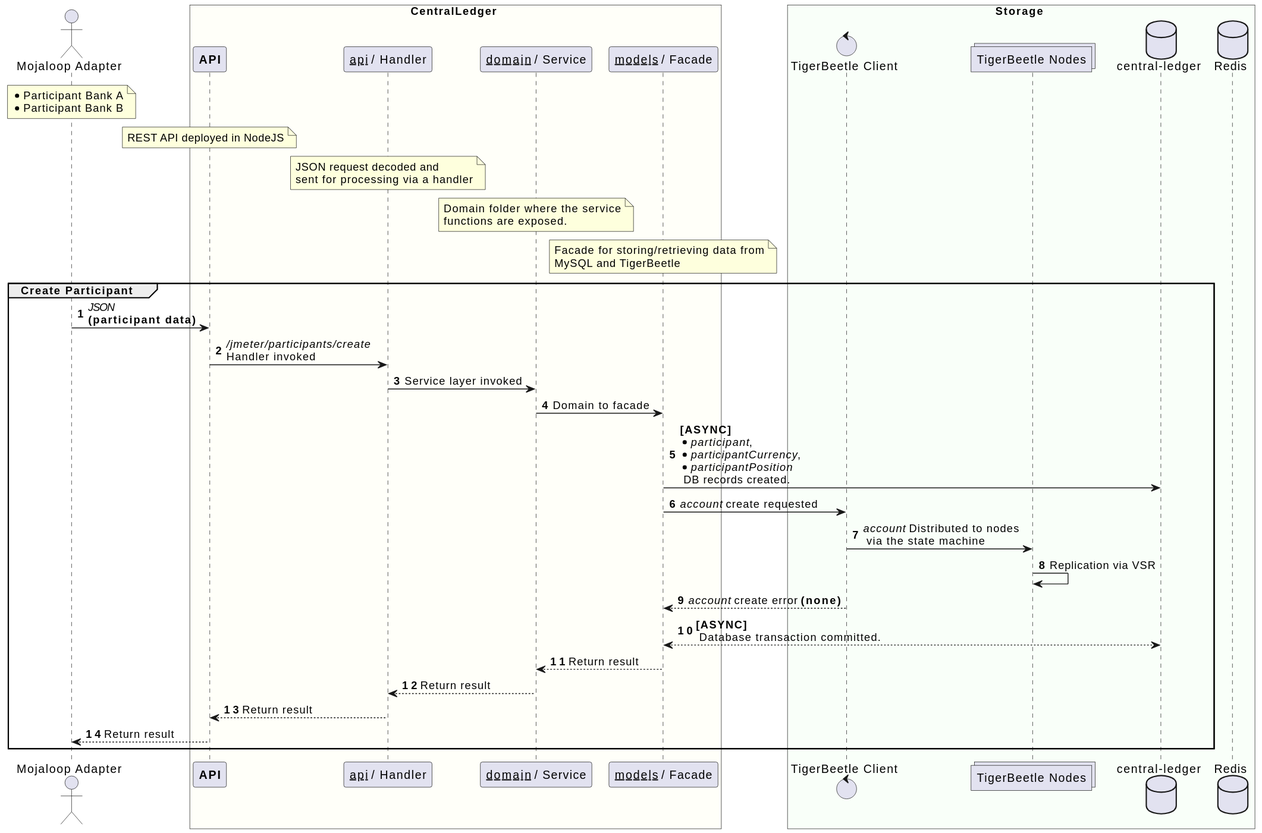
Above: solution_design/sequence-participant-tb-enabled-create.svg in coilhq/mucoa (PlantUML), before the change. The source it was exported from:
```plantuml
@startuml

actor "Mojaloop Adapter" as dfsp
note over dfsp
    * Participant Bank A
    * Participant Bank B
end note

box CentralLedger #FFFFF9
    participant "**API**" as cl_api
    participant "__api__ / Handler" as cl_handler
    participant "__domain__ / Service" as cl_domain
    participant "__models__ / Facade" as cl_facade

    note over cl_api
        REST API deployed in NodeJS
    end note

    note over cl_handler
        JSON request decoded and
        sent for processing via a handler
    end note

    note over cl_domain
        Domain folder where the service
        functions are exposed.
    end note

    note over cl_facade
        Facade for storing/retrieving data from
        MySQL and TigerBeetle
    end note
end box

box Storage #F9FFF9
	control "TigerBeetle Client" as tb_client
	collections "TigerBeetle Nodes" as tb_nodes
	database "central-ledger" as cl_db
	database "Redis" as redis_cache
end box

autonumber
group Create Participant
    dfsp -> cl_api : //JSON// \n**(participant data)**
    cl_api -> cl_handler : ///jmeter/participants/create// \nHandler invoked
    cl_handler -> cl_domain : Service layer invoked
    cl_domain -> cl_facade : Domain to facade
    cl_facade -> cl_db : **[ASYNC]**\n*//participant//, \n*//participantCurrency//, \n*//participantPosition// \n DB records created.
    cl_facade -> tb_client : //account// create requested
    tb_client -> tb_nodes : //account// Distributed to nodes\n via the state machine
    tb_nodes -> tb_nodes : Replication via VSR
    tb_client --> cl_facade : //account// create error **(none)**
    cl_db <--> cl_facade : **[ASYNC]**\n Database transaction committed.
    cl_facade --> cl_domain : Return result
    cl_domain --> cl_handler : Return result
    cl_handler --> cl_api : Return result
    cl_api --> dfsp : Return result
end

@enduml
```
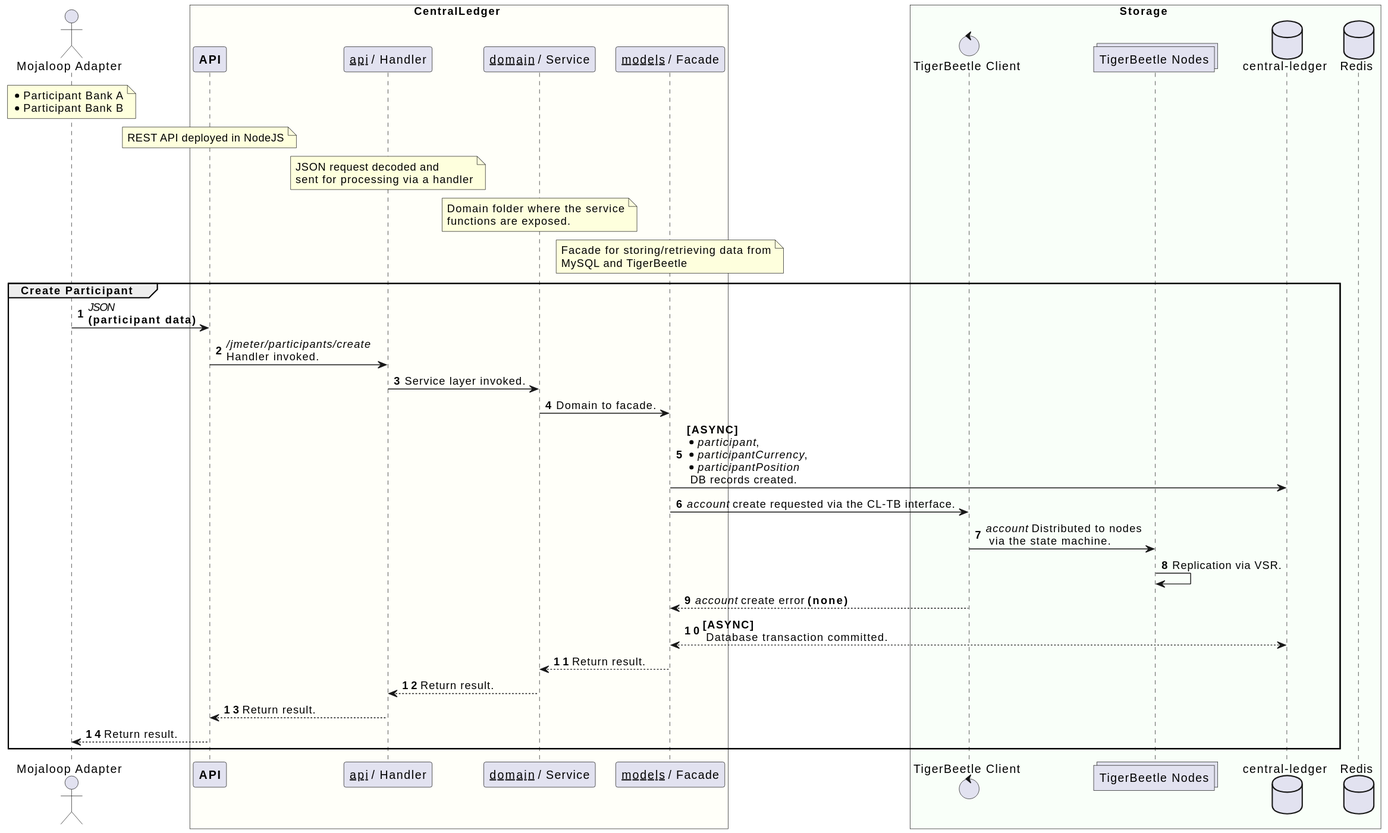
The same diagram one commit later.

Commit message:
Update diagrams for TB/CL interface.

Change to the diagram source:
```diff
@@ -42,19 +42,19 @@
 autonumber
 group Create Participant
     dfsp -> cl_api : //JSON// \n**(participant data)**
-    cl_api -> cl_handler : ///jmeter/participants/create// \nHandler invoked
-    cl_handler -> cl_domain : Service layer invoked
-    cl_domain -> cl_facade : Domain to facade
+    cl_api -> cl_handler : ///jmeter/participants/create// \nHandler invoked.
+    cl_handler -> cl_domain : Service layer invoked.
+    cl_domain -> cl_facade : Domain to facade.
     cl_facade -> cl_db : **[ASYNC]**\n*//participant//, \n*//participantCurrency//, \n*//participantPosition// \n DB records created.
-    cl_facade -> tb_client : //account// create requested
-    tb_client -> tb_nodes : //account// Distributed to nodes\n via the state machine
-    tb_nodes -> tb_nodes : Replication via VSR
+    cl_facade -> tb_client : //account// create requested via the CL-TB interface.
+    tb_client -> tb_nodes : //account// Distributed to nodes\n via the state machine.
+    tb_nodes -> tb_nodes : Replication via VSR.
     tb_client --> cl_facade : //account// create error **(none)**
     cl_db <--> cl_facade : **[ASYNC]**\n Database transaction committed.
-    cl_facade --> cl_domain : Return result
-    cl_domain --> cl_handler : Return result
-    cl_handler --> cl_api : Return result
-    cl_api --> dfsp : Return result
+    cl_facade --> cl_domain : Return result.
+    cl_domain --> cl_handler : Return result.
+    cl_handler --> cl_api : Return result.
+    cl_api --> dfsp : Return result.
 end
 
 @enduml
```
